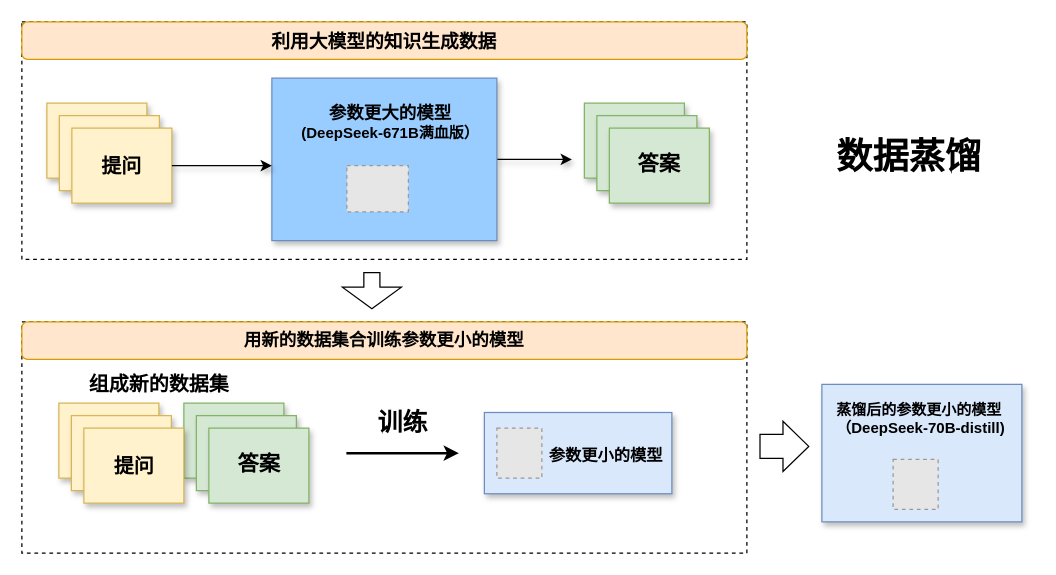
The draw.io diagram assets/数据蒸馏.drawio in ShizhongP/dl-notes, before the edit. Source tidied: cells renumbered, new cells numbered last; positions are measured from the earlier drawing's top-left corner, leaving out a move shared by most shapes. Both pictures are drawn from the tidied source at 125%, with x=0, y=0 at pixel (21, 21). Pictures stored in the file or linked from it are replaced by grey dashed boxes.
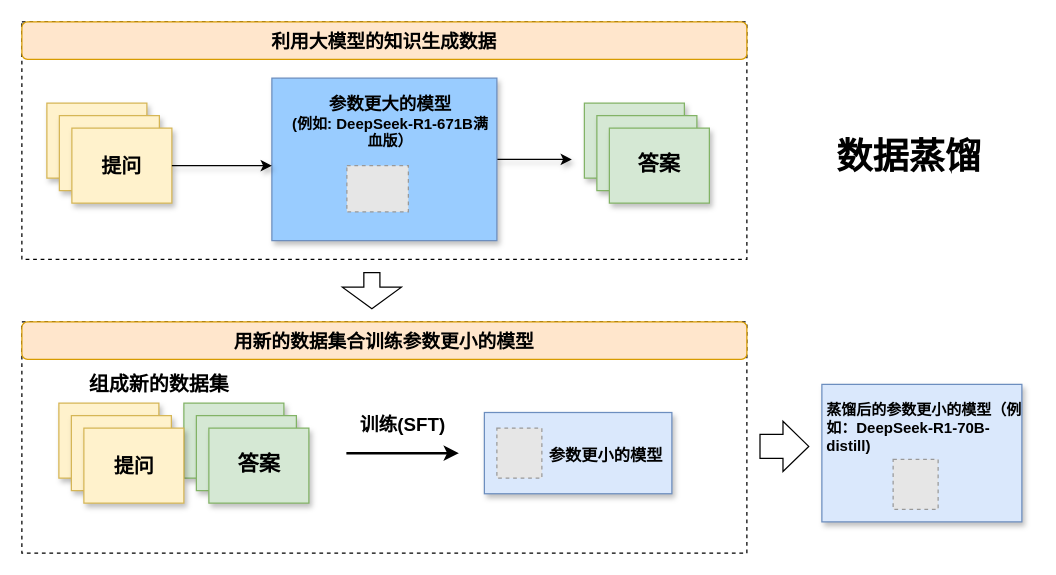
The same page after the edit.

Commit message:
更新数据蒸馏.drawio

Diff of the diagram source:
```diff
@@
-    <mxCell id="6" value="&lt;div&gt;&lt;b&gt;&lt;span style=&quot;color: rgb(0, 0, 0);&quot;&gt;&lt;font style=&quot;font-size: 14px;&quot;&gt;参数更大的模型&lt;/font&gt;&lt;/span&gt;&lt;br&gt;&lt;/b&gt;&lt;/div&gt;&lt;div&gt;&lt;b&gt;(DeepSeek-671B满血版）&lt;/b&gt;&lt;/div&gt;" style="text;html=1;align=center;verticalAlign=middle;whiteSpace=wrap;rounded=0;shadow=1;" parent="1" vertex="1">
+    <mxCell id="6" value="&lt;div&gt;&lt;b&gt;&lt;span style=&quot;color: rgb(0, 0, 0);&quot;&gt;&lt;font style=&quot;font-size: 14px;&quot;&gt;参数更大的模型&lt;/font&gt;&lt;/span&gt;&lt;br&gt;&lt;/b&gt;&lt;/div&gt;&lt;div&gt;&lt;b&gt;(例如: DeepSeek-R1-671B满血版）&lt;/b&gt;&lt;/div&gt;" style="text;html=1;align=center;verticalAlign=middle;whiteSpace=wrap;rounded=0;shadow=1;" parent="1" vertex="1">
       <mxGeometry x="215" y="60" width="160" height="40" as="geometry" />
     </mxCell>
@@
-    <mxCell id="27" value="&lt;b&gt;&lt;font style=&quot;font-size: 20px;&quot;&gt;训练&lt;/font&gt;&lt;/b&gt;" style="text;html=1;align=center;verticalAlign=middle;whiteSpace=wrap;rounded=0;" parent="1" vertex="1">
-      <mxGeometry x="269.6" y="305" width="70" height="30" as="geometry" />
+    <mxCell id="27" value="&lt;font style=&quot;font-size: 15px;&quot;&gt;&lt;b&gt;训练(SFT)&lt;/b&gt;&lt;/font&gt;" style="text;html=1;align=center;verticalAlign=middle;whiteSpace=wrap;rounded=0;" parent="1" vertex="1">
+      <mxGeometry x="260" y="306.9" width="90.4" height="30" as="geometry" />
     </mxCell>
@@
-    <mxCell id="31" value="&lt;b&gt;蒸馏后的参数更小的模型（DeepSeek-70B-distill)&lt;/b&gt;" style="text;whiteSpace=wrap;html=1;" parent="1" vertex="1">
-      <mxGeometry x="650" y="296.9" width="160" height="40" as="geometry" />
+    <mxCell id="31" value="&lt;b&gt;蒸馏后的参数更小的模型（例如：DeepSeek-R1-70B-distill)&lt;/b&gt;" style="text;whiteSpace=wrap;html=1;" parent="1" vertex="1">
+      <mxGeometry x="642" y="296.9" width="160" height="53.1" as="geometry" />
     </mxCell>
@@
-    <mxCell id="33" value="&lt;font style=&quot;font-size: 14px;&quot;&gt;&lt;b&gt;用新的数据集合训练参数更小的模型&lt;/b&gt;&lt;/font&gt;" style="text;html=1;align=center;verticalAlign=middle;whiteSpace=wrap;rounded=1;fillColor=#ffe6cc;strokeColor=#d79b00;" parent="1" vertex="1">
+    <mxCell id="33" value="&lt;font style=&quot;font-size: 15px;&quot;&gt;&lt;b&gt;用新的数据集合训练参数更小的模型&lt;/b&gt;&lt;/font&gt;" style="text;html=1;align=center;verticalAlign=middle;whiteSpace=wrap;rounded=1;fillColor=#ffe6cc;strokeColor=#d79b00;" parent="1" vertex="1">
       <mxGeometry y="240" width="580" height="30" as="geometry" />
     </mxCell>
```
